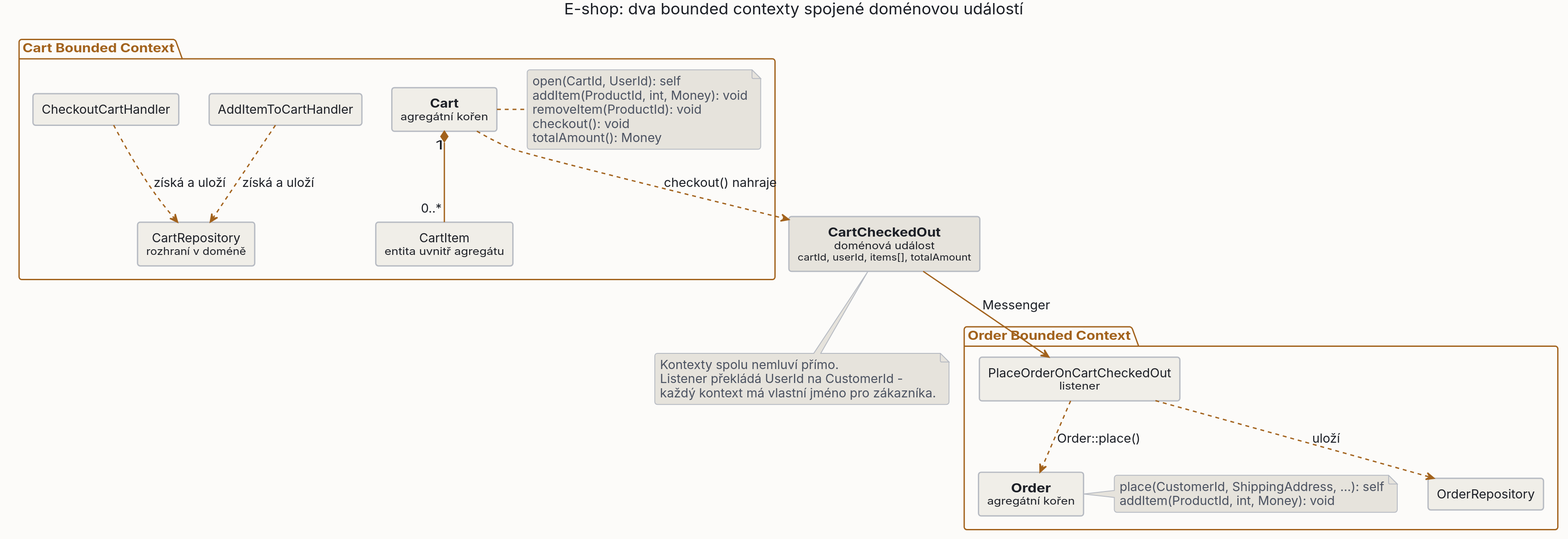
The PlantUML diagram public/images/diagrams/7_examples/eshop/diagram-light.svg in MichalKatuscak/ddd-v-symfony, before a commit.
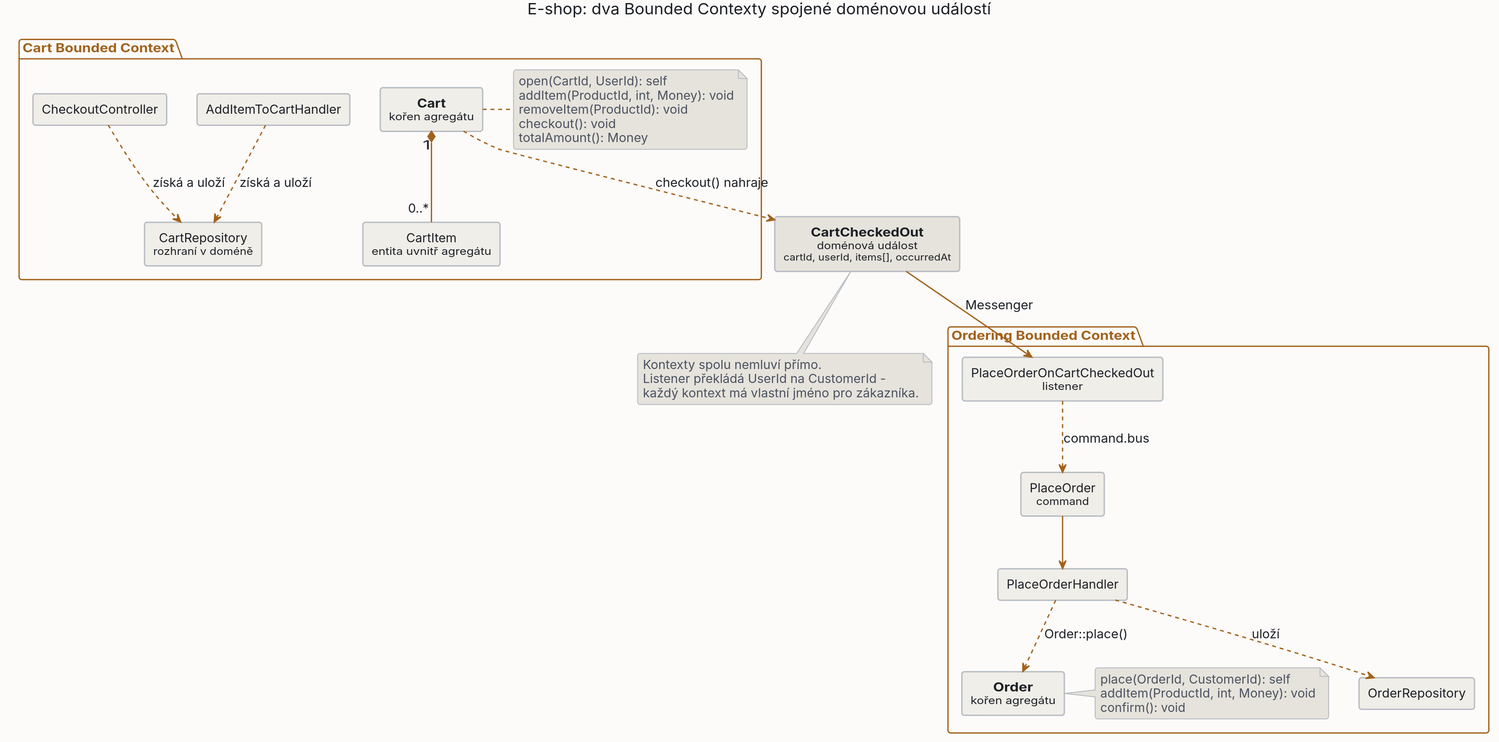
The same file after the commit.

What changed in the source:
```diff
@@ -179,10 +179,10 @@
   EBorderColor #a2621c
 }
 
-title E-shop: dva bounded contexty spojené doménovou událostí
+title E-shop: dva Bounded Contexty spojené doménovou událostí
 
 package "Cart Bounded Context" as Cart {
-  rectangle "**Cart**\n<size:12>agregátní kořen</size>" as CartAggregate {
+  rectangle "**Cart**\n<size:12>kořen agregátu</size>" as CartAggregate {
   }
   note right of CartAggregate
     open(CartId, UserId): self
@@ -195,21 +195,24 @@
   rectangle "CartItem\n<size:12>entita uvnitř agregátu</size>" as CartItem
   rectangle "CartRepository\n<size:12>rozhraní v doméně</size>" as CartRepo
   rectangle "AddItemToCartHandler" as AddHandler
-  rectangle "CheckoutCartHandler" as CheckoutHandler
+  rectangle "CheckoutController" as CheckoutHandler
 }
 
-package "Order Bounded Context" as Order {
-  rectangle "**Order**\n<size:12>agregátní kořen</size>" as OrderAggregate
+package "Ordering Bounded Context" as Order {
+  rectangle "**Order**\n<size:12>kořen agregátu</size>" as OrderAggregate
   note right of OrderAggregate
-    place(CustomerId, ShippingAddress, ...): self
+    place(OrderId, CustomerId): self
     addItem(ProductId, int, Money): void
+    confirm(): void
   end note
 
   rectangle "PlaceOrderOnCartCheckedOut\n<size:12>listener</size>" as Listener
+  rectangle "PlaceOrder\n<size:12>command</size>" as Cmd
+  rectangle "PlaceOrderHandler" as PlaceHandler
   rectangle "OrderRepository" as OrderRepo
 }
 
-rectangle "**CartCheckedOut**\n<size:12>doménová událost</size>\n<size:11>cartId, userId, items[], totalAmount</size>" as Event #e6e3dc
+rectangle "**CartCheckedOut**\n<size:12>doménová událost</size>\n<size:11>cartId, userId, items[], occurredAt</size>" as Event #e6e3dc
 
 CartAggregate "1" *-- "0..*" CartItem
 AddHandler ..> CartRepo : získá a uloží
@@ -217,8 +220,10 @@
 CartAggregate ..> Event : checkout() nahraje
 
 Event --> Listener : Messenger
-Listener ..> OrderAggregate : Order::place()
-Listener ..> OrderRepo : uloží
+Listener ..> Cmd : command.bus
+Cmd --> PlaceHandler
+PlaceHandler ..> OrderAggregate : Order::place()
+PlaceHandler ..> OrderRepo : uloží
 
 note bottom of Event
   Kontexty spolu nemluví přímo.
```
